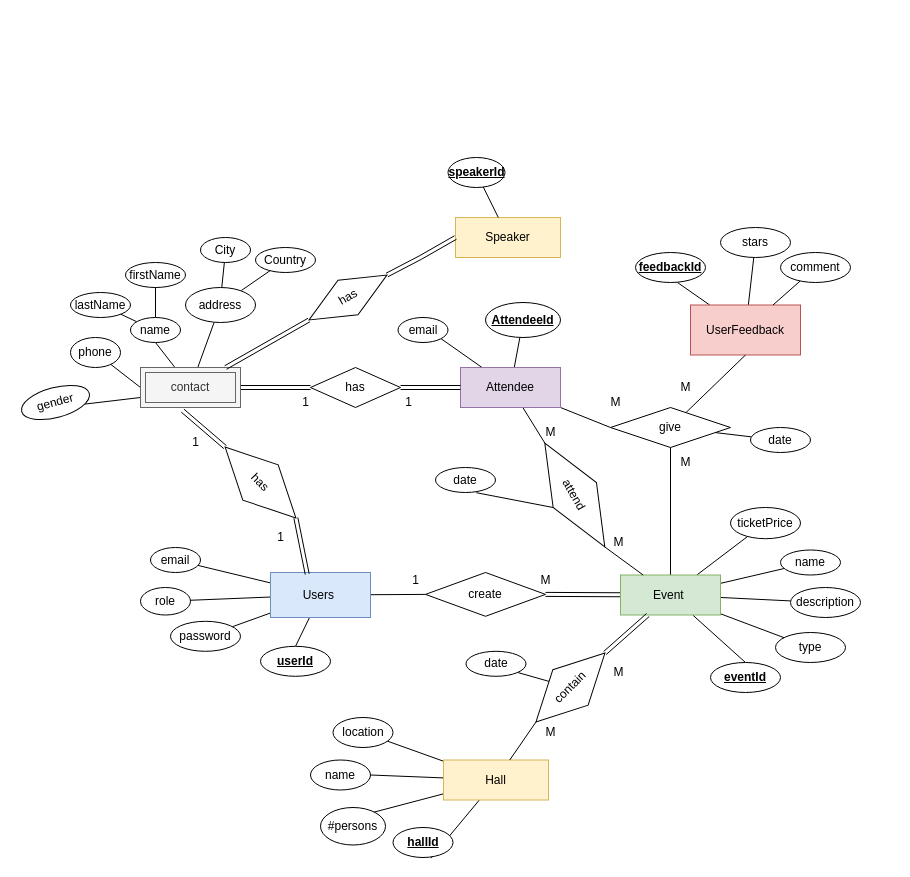
The draw.io diagram Materials/Database/ERD.drawio in tahahussein143/Node-js-Project, before the edit. Source tidied: cells renumbered, new cells numbered last; positions are measured from the earlier drawing's top-left corner, leaving out a move shared by most shapes. Both pictures are drawn from the tidied source at 100%, with x=0, y=0 at pixel (20, 157).
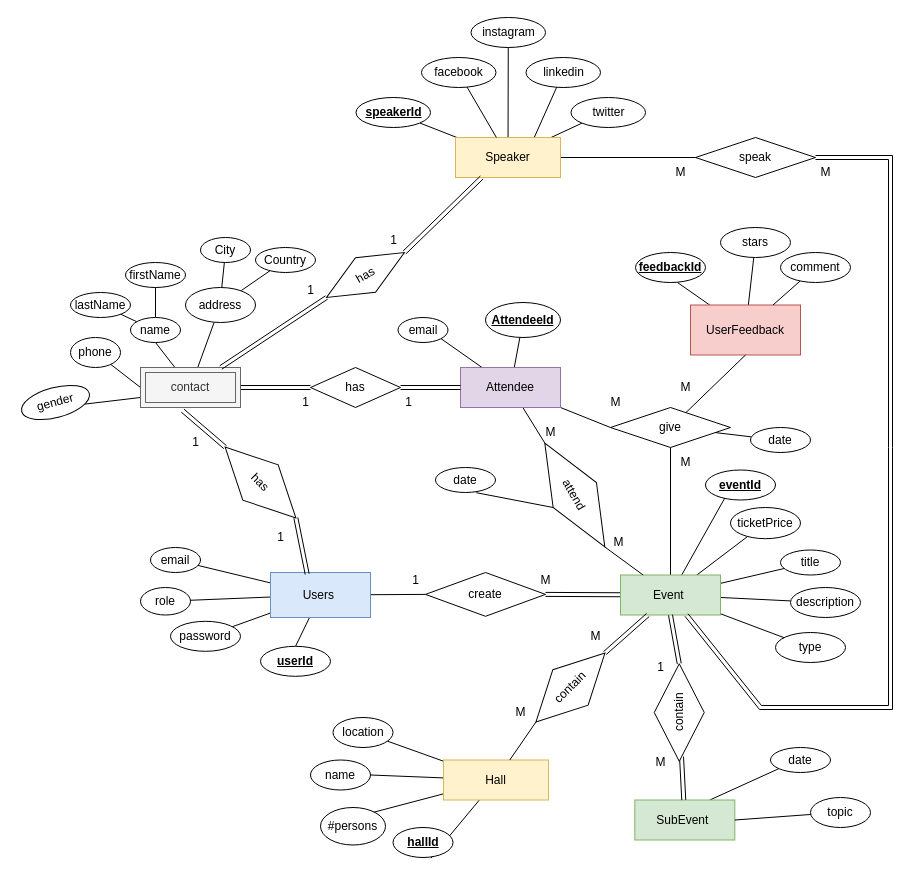
The same page after the edit.

Unchanged cells that the change refers to:
```xml
<mxCell id="18" value="Event&amp;nbsp;" style="whiteSpace=wrap;html=1;align=center;fillColor=#d5e8d4;strokeColor=#82b366;" parent="1" vertex="1">
  <mxGeometry x="600" y="417.5" width="100" height="40" as="geometry" />
</mxCell>
<mxCell id="68" value="contain" style="shape=rhombus;perimeter=rhombusPerimeter;whiteSpace=wrap;html=1;align=center;rotation=-45;" parent="1" vertex="1">
  <mxGeometry x="501.2" y="505" width="97.5" height="50" as="geometry" />
</mxCell>
```

The edit, as a diff of the source:
```diff
@@
-    <mxCell id="19" value="name" style="ellipse;whiteSpace=wrap;html=1;align=center;" parent="1" vertex="1">
+    <mxCell id="19" value="title" style="ellipse;whiteSpace=wrap;html=1;align=center;" parent="1" vertex="1">
       <mxGeometry x="760" y="392.5" width="60" height="25" as="geometry" />
     </mxCell>
@@
     <mxCell id="38" value="&lt;b&gt;&lt;u&gt;eventId&lt;/u&gt;&lt;/b&gt;" style="ellipse;whiteSpace=wrap;html=1;align=center;" parent="1" vertex="1">
-      <mxGeometry x="690" y="505" width="70" height="30" as="geometry" />
+      <mxGeometry x="685" y="312.5" width="70" height="30" as="geometry" />
     </mxCell>
@@
-    <mxCell id="67" style="edgeStyle=none;rounded=0;jettySize=auto;html=1;entryX=1;entryY=1;entryDx=0;entryDy=0;endArrow=none;endFill=0;" parent="1" edge="1" source="68" target="71">
+    <mxCell id="67" style="edgeStyle=none;rounded=0;jettySize=auto;html=1;entryX=0;entryY=1;entryDx=0;entryDy=0;endArrow=none;endFill=0;exitX=0.75;exitY=0;exitDx=0;exitDy=0;" parent="1" edge="1" source="109" target="71">
       <mxGeometry relative="1" as="geometry" />
     </mxCell>
@@
     <mxCell id="69" value="M" style="text;html=1;align=center;verticalAlign=middle;strokeColor=none;fillColor=none;" parent="1" vertex="1">
-      <mxGeometry x="515" y="560" width="30" height="30" as="geometry" />
+      <mxGeometry x="484.5" y="540" width="30" height="30" as="geometry" />
     </mxCell>
     <mxCell id="70" value="M" style="text;html=1;align=center;verticalAlign=middle;strokeColor=none;fillColor=none;" parent="1" vertex="1">
-      <mxGeometry x="582.5" y="500" width="30" height="30" as="geometry" />
+      <mxGeometry x="560" y="463.8" width="30" height="30" as="geometry" />
     </mxCell>
     <mxCell id="71" value="date" style="ellipse;whiteSpace=wrap;html=1;align=center;" parent="1" vertex="1">
-      <mxGeometry x="445.5" y="493.8" width="60" height="25" as="geometry" />
+      <mxGeometry x="750" y="590" width="60" height="25" as="geometry" />
     </mxCell>
@@
+    <mxCell id="104" style="rounded=0;jettySize=auto;html=1;entryX=0.5;entryY=1;entryDx=0;entryDy=0;endArrow=none;endFill=0;" parent="1" edge="1" source="98" target="117">
+      <mxGeometry relative="1" as="geometry" />
+    </mxCell>
+    <mxCell id="105" style="edgeStyle=none;rounded=0;jettySize=auto;html=1;exitX=0.75;exitY=0;exitDx=0;exitDy=0;endArrow=none;endFill=0;" parent="1" edge="1" source="98" target="118">
+      <mxGeometry relative="1" as="geometry" />
+    </mxCell>
+    <mxCell id="106" style="edgeStyle=none;rounded=0;jettySize=auto;html=1;endArrow=none;endFill=0;" parent="1" edge="1" source="98" target="119">
+      <mxGeometry relative="1" as="geometry" />
+    </mxCell>
+    <mxCell id="107" style="edgeStyle=none;rounded=0;jettySize=auto;html=1;entryX=0;entryY=1;entryDx=0;entryDy=0;endArrow=none;endFill=0;" parent="1" edge="1" source="98" target="120">
+      <mxGeometry relative="1" as="geometry" />
+    </mxCell>
+    <mxCell id="108" style="edgeStyle=none;rounded=0;jettySize=auto;html=1;endArrow=none;endFill=0;entryX=0;entryY=0.5;entryDx=0;entryDy=0;" parent="1" edge="1" source="98" target="122">
+      <mxGeometry relative="1" as="geometry" />
+    </mxCell>
     <mxCell id="98" value="Speaker" style="whiteSpace=wrap;html=1;align=center;fillColor=#fff2cc;strokeColor=#d6b656;" parent="1" vertex="1">
-      <mxGeometry x="435" y="60" width="105" height="40" as="geometry" />
+      <mxGeometry x="435" y="-20" width="105" height="40" as="geometry" />
     </mxCell>
@@
-    <mxCell id="100" style="edgeStyle=none;rounded=0;jettySize=auto;html=1;exitX=1;exitY=0.5;exitDx=0;exitDy=0;entryX=0;entryY=0.5;entryDx=0;entryDy=0;endArrow=none;endFill=0;shape=link;" parent="1" edge="1" source="101" target="98">
-      <mxGeometry relative="1" as="geometry">
-        <Array as="points">
-          <mxPoint x="400" y="100" />
-        </Array>
-      </mxGeometry>
+    <mxCell id="100" style="edgeStyle=none;rounded=0;jettySize=auto;html=1;exitX=1;exitY=0.5;exitDx=0;exitDy=0;entryX=0.25;entryY=1;entryDx=0;entryDy=0;endArrow=none;endFill=0;shape=link;" parent="1" edge="1" source="101" target="98">
+      <mxGeometry relative="1" as="geometry" />
     </mxCell>
     <mxCell id="101" value="has" style="shape=rhombus;perimeter=rhombusPerimeter;whiteSpace=wrap;html=1;align=center;rotation=-30;" parent="1" vertex="1">
-      <mxGeometry x="282.5" y="120" width="90" height="40" as="geometry" />
+      <mxGeometry x="300" y="97.5" width="90" height="40" as="geometry" />
     </mxCell>
@@
-    <mxCell id="103" value="&lt;b&gt;&lt;u&gt;speakerId&lt;/u&gt;&lt;/b&gt;" style="ellipse;whiteSpace=wrap;html=1;align=center;" parent="1" vertex="1">
-      <mxGeometry x="427.5" width="57" height="30" as="geometry" />
+    <mxCell id="103" value="facebook" style="ellipse;whiteSpace=wrap;html=1;align=center;" parent="1" vertex="1">
+      <mxGeometry x="401" y="-100" width="74.5" height="30" as="geometry" />
     </mxCell>
+    <mxCell id="109" value="SubEvent&amp;nbsp;" style="whiteSpace=wrap;html=1;align=center;fillColor=#d5e8d4;strokeColor=#82b366;" parent="1" vertex="1">
+      <mxGeometry x="614.3" y="642.5" width="100" height="40" as="geometry" />
+    </mxCell>
+    <mxCell id="110" style="rounded=0;jettySize=auto;html=1;entryX=1;entryY=0.5;entryDx=0;entryDy=0;endArrow=none;endFill=0;" parent="1" edge="1" source="111" target="109">
+      <mxGeometry relative="1" as="geometry" />
+    </mxCell>
+    <mxCell id="111" value="topic" style="ellipse;whiteSpace=wrap;html=1;align=center;" parent="1" vertex="1">
+      <mxGeometry x="790" y="640" width="60" height="30" as="geometry" />
+    </mxCell>
+    <mxCell id="112" style="edgeStyle=none;rounded=0;jettySize=auto;html=1;endArrow=none;endFill=0;exitX=1;exitY=0.5;exitDx=0;exitDy=0;entryX=0.5;entryY=1;entryDx=0;entryDy=0;shape=link;" parent="1" edge="1" source="114" target="18">
+      <mxGeometry relative="1" as="geometry" />
+    </mxCell>
+    <mxCell id="113" style="edgeStyle=none;shape=link;rounded=0;jettySize=auto;html=1;endArrow=none;endFill=0;" parent="1" edge="1" source="114" target="109">
+      <mxGeometry relative="1" as="geometry" />
+    </mxCell>
+    <mxCell id="114" value="contain" style="shape=rhombus;perimeter=rhombusPerimeter;whiteSpace=wrap;html=1;align=center;rotation=-90;" parent="1" vertex="1">
+      <mxGeometry x="610" y="530" width="97.5" height="50" as="geometry" />
+    </mxCell>
+    <mxCell id="115" value="1" style="text;html=1;align=center;verticalAlign=middle;strokeColor=none;fillColor=none;" parent="1" vertex="1">
+      <mxGeometry x="625" y="495" width="30" height="30" as="geometry" />
+    </mxCell>
+    <mxCell id="116" value="M" style="text;html=1;align=center;verticalAlign=middle;strokeColor=none;fillColor=none;" parent="1" vertex="1">
+      <mxGeometry x="625" y="590" width="30" height="30" as="geometry" />
+    </mxCell>
+    <mxCell id="117" value="instagram" style="ellipse;whiteSpace=wrap;html=1;align=center;" parent="1" vertex="1">
+      <mxGeometry x="450.5" y="-140" width="74.5" height="30" as="geometry" />
+    </mxCell>
+    <mxCell id="118" value="linkedin" style="ellipse;whiteSpace=wrap;html=1;align=center;" parent="1" vertex="1">
+      <mxGeometry x="505.5" y="-100" width="74.5" height="30" as="geometry" />
+    </mxCell>
+    <mxCell id="119" value="&lt;b&gt;&lt;u&gt;speakerId&lt;/u&gt;&lt;/b&gt;" style="ellipse;whiteSpace=wrap;html=1;align=center;" parent="1" vertex="1">
+      <mxGeometry x="335.5" y="-60" width="74.5" height="30" as="geometry" />
+    </mxCell>
+    <mxCell id="120" value="twitter" style="ellipse;whiteSpace=wrap;html=1;align=center;" parent="1" vertex="1">
+      <mxGeometry x="550.5" y="-60" width="74.5" height="30" as="geometry" />
+    </mxCell>
+    <mxCell id="121" style="edgeStyle=none;rounded=0;jettySize=auto;html=1;endArrow=none;endFill=0;shape=link;" parent="1" edge="1" source="122" target="18">
+      <mxGeometry relative="1" as="geometry">
+        <Array as="points">
+          <mxPoint x="870" />
+          <mxPoint x="870" y="290" />
+          <mxPoint x="870" y="550" />
+          <mxPoint x="740" y="550" />
+        </Array>
+      </mxGeometry>
+    </mxCell>
+    <mxCell id="122" value="speak" style="shape=rhombus;perimeter=rhombusPerimeter;whiteSpace=wrap;html=1;align=center;" parent="1" vertex="1">
+      <mxGeometry x="675" y="-20" width="120" height="40" as="geometry" />
+    </mxCell>
+    <mxCell id="123" value="M" style="text;html=1;align=center;verticalAlign=middle;strokeColor=none;fillColor=none;" parent="1" vertex="1">
+      <mxGeometry x="645" width="30" height="30" as="geometry" />
+    </mxCell>
+    <mxCell id="124" value="M" style="text;html=1;align=center;verticalAlign=middle;strokeColor=none;fillColor=none;" parent="1" vertex="1">
+      <mxGeometry x="790" width="30" height="30" as="geometry" />
+    </mxCell>
+    <mxCell id="125" value="1" style="text;html=1;align=center;verticalAlign=middle;strokeColor=none;fillColor=none;" parent="1" vertex="1">
+      <mxGeometry x="357.8" y="67.5" width="30" height="30" as="geometry" />
+    </mxCell>
+    <mxCell id="126" value="1" style="text;html=1;align=center;verticalAlign=middle;strokeColor=none;fillColor=none;" parent="1" vertex="1">
+      <mxGeometry x="275" y="117.5" width="30" height="30" as="geometry" />
+    </mxCell>
```
